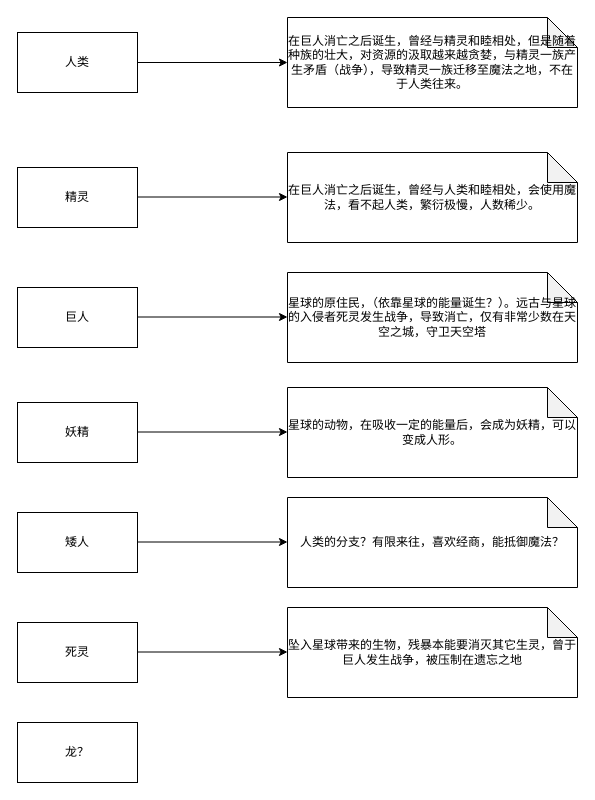
Before: page "ethnic" (5 of 10) of unity.drawio in goldmine/base, a draw.io diagram. Source tidied: cells renumbered, new cells numbered last; positions are measured from the earlier drawing's top-left corner, leaving out a move shared by most shapes. Both pictures are drawn from the tidied source at 100%, with x=0, y=0 at pixel (17, 17).
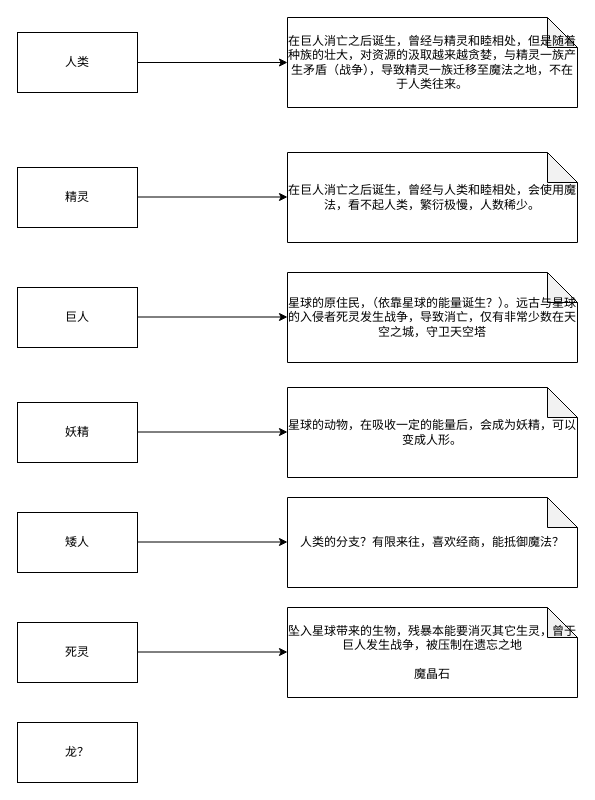
After the change.

Change to the diagram source:
```diff
@@
-    <mxCell id="19" value="坠入星球带来的生物，残暴本能要消灭其它生灵，曾于巨人发生战争，被压制在遗忘之地" style="shape=note;whiteSpace=wrap;html=1;backgroundOutline=1;darkOpacity=0.05;" parent="1" vertex="1">
+    <mxCell id="19" value="坠入星球带来的生物，残暴本能要消灭其它生灵，曾于巨人发生战争，被压制在遗忘之地&lt;br&gt;&lt;br&gt;魔晶石" style="shape=note;whiteSpace=wrap;html=1;backgroundOutline=1;darkOpacity=0.05;" parent="1" vertex="1">
       <mxGeometry x="270" y="590" width="290" height="90" as="geometry" />
     </mxCell>
```
